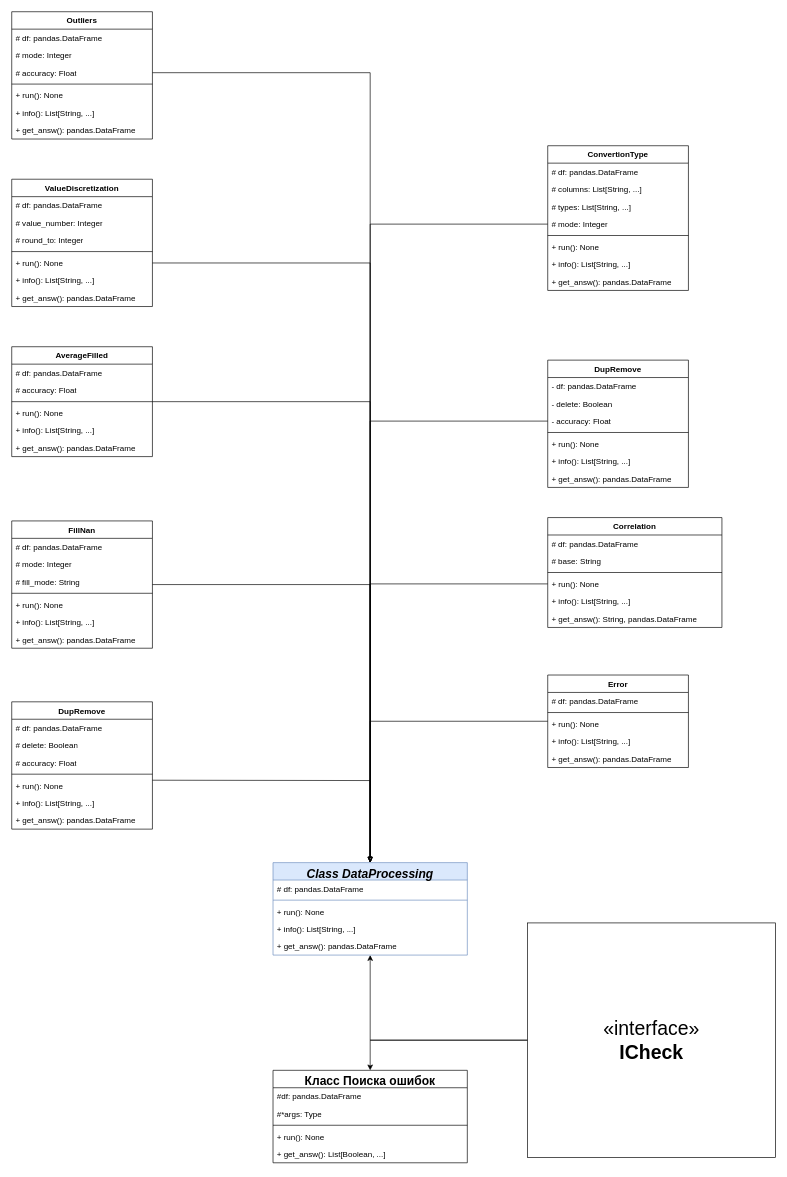
This is Analytics/Class Diagram.drawio from Balots/DPro, a draw.io file, before an edit. Source tidied: cells renumbered, new cells numbered last; positions are measured from the earlier drawing's top-left corner, leaving out a move shared by most shapes. Both pictures are drawn from the tidied source at 67%, with x=0, y=0 at pixel (11, 11).
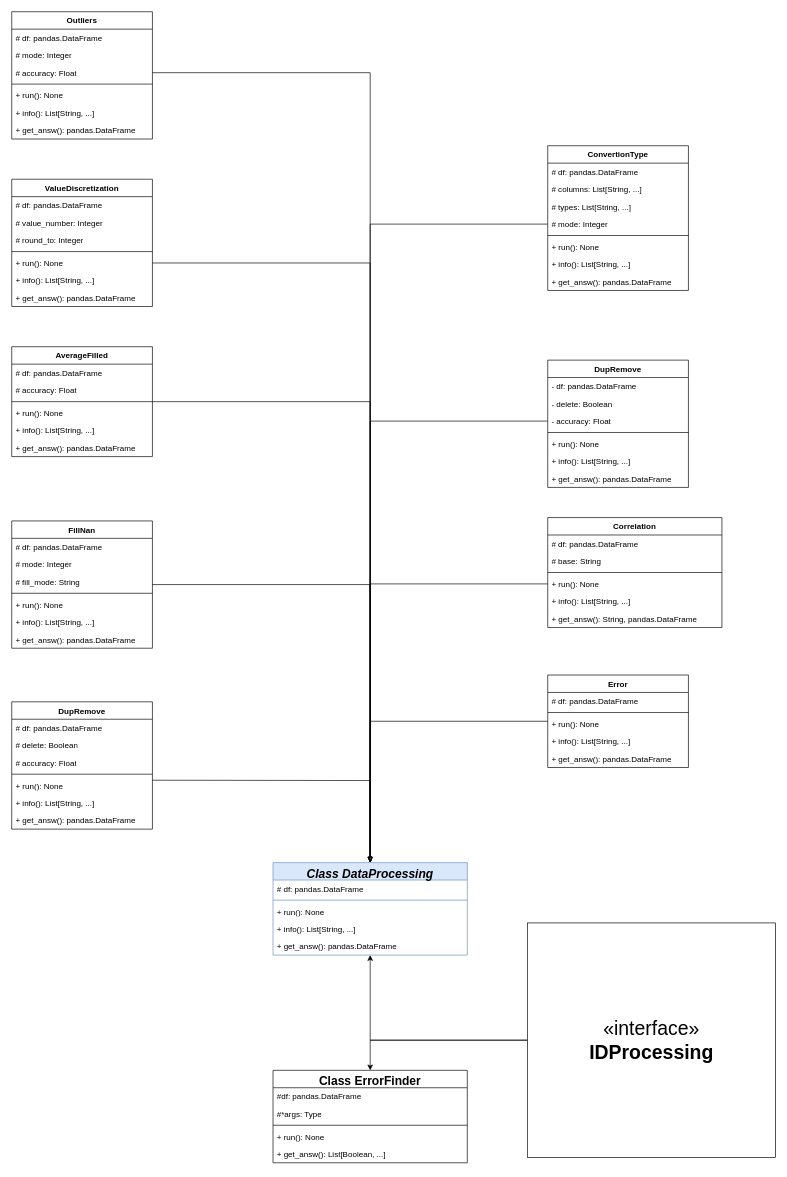
After the change.

The edit, as a diff of the source:
```diff
@@
-    <mxCell id="4" value="&lt;font style=&quot;font-size: 29px;&quot;&gt;«interface»&lt;br&gt;&lt;b style=&quot;&quot;&gt;ICheck&lt;/b&gt;&lt;/font&gt;" style="html=1;whiteSpace=wrap;" parent="1" vertex="1">
+    <mxCell id="4" value="&lt;div&gt;&lt;font style=&quot;font-size: 29px;&quot;&gt;«interface»&lt;b&gt;&lt;br&gt;&lt;/b&gt;&lt;/font&gt;&lt;/div&gt;&lt;div&gt;&lt;font style=&quot;font-size: 29px;&quot;&gt;&lt;b&gt;IDProcessing&lt;/b&gt;&lt;/font&gt;&lt;/div&gt;" style="html=1;whiteSpace=wrap;" parent="1" vertex="1">
       <mxGeometry x="770" y="1360" width="370" height="350" as="geometry" />
     </mxCell>
@@
-    <mxCell id="11" value="&lt;font style=&quot;font-size: 18px;&quot;&gt;Класс Поиска ошибок&lt;/font&gt;" style="swimlane;fontStyle=1;align=center;verticalAlign=top;horizontal=1;startSize=26;whiteSpace=wrap;html=1;" parent="1" vertex="1">
+    <mxCell id="11" value="&lt;font style=&quot;font-size: 18px;&quot;&gt;Class ErrorFinder&lt;/font&gt;" style="swimlane;fontStyle=1;align=center;verticalAlign=top;horizontal=1;startSize=26;whiteSpace=wrap;html=1;" parent="1" vertex="1">
       <mxGeometry x="390" y="1580" width="290" height="138" as="geometry" />
     </mxCell>
```
